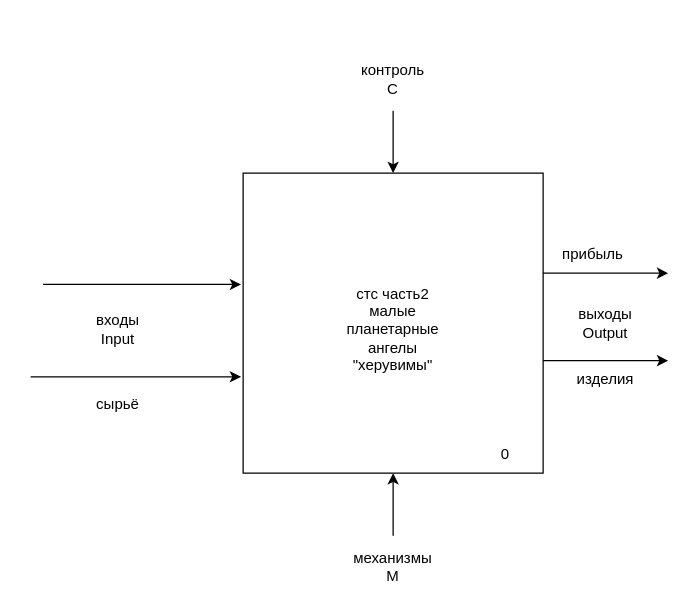
This is page "Страница — 4" (4 of 6) of etol.drawio from emauter/GB_mysql, a draw.io file, before an edit. Source tidied: cells renumbered, new cells numbered last; positions are measured from the earlier drawing's top-left corner, leaving out a move shared by most shapes. Both pictures are drawn from the tidied source at 125%, with x=0, y=0 at pixel (30, 60).
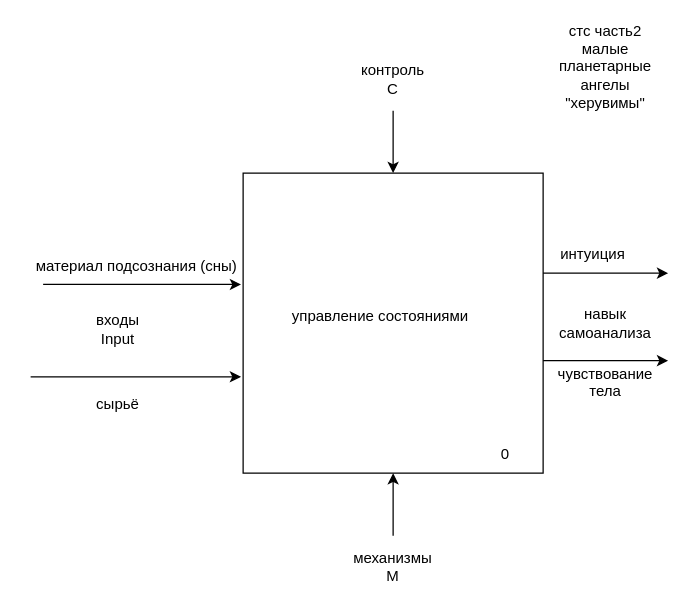
After the change.

Diff of the diagram source:
```diff
@@
-    <mxCell id="9" value="&lt;div&gt;выходы&lt;/div&gt;Output" style="text;html=1;align=center;verticalAlign=middle;whiteSpace=wrap;rounded=0;" parent="1" vertex="1">
+    <mxCell id="9" value="&lt;div&gt;навык самоанализа&lt;/div&gt;" style="text;html=1;align=center;verticalAlign=middle;whiteSpace=wrap;rounded=0;" parent="1" vertex="1">
       <mxGeometry x="430" y="195" width="60" height="30" as="geometry" />
     </mxCell>
@@
     <mxCell id="13" value="стс часть2 малые планетарные ангелы &quot;херувимы&quot;" style="text;html=1;align=center;verticalAlign=middle;whiteSpace=wrap;rounded=0;" parent="1" vertex="1">
-      <mxGeometry x="260" y="200" width="60" height="30" as="geometry" />
+      <mxGeometry x="430" y="-10" width="60" height="30" as="geometry" />
     </mxCell>
-    <mxCell id="14" value="изделия" style="text;html=1;align=center;verticalAlign=middle;whiteSpace=wrap;rounded=0;" parent="1" vertex="1">
-      <mxGeometry x="430" y="240" width="60" height="30" as="geometry" />
+    <mxCell id="14" value="чувствование тела&lt;div&gt;&lt;br&gt;&lt;/div&gt;" style="text;html=1;align=center;verticalAlign=middle;whiteSpace=wrap;rounded=0;" parent="1" vertex="1">
+      <mxGeometry x="430" y="250" width="60" height="30" as="geometry" />
     </mxCell>
@@
-    <mxCell id="16" value="прибыль" style="text;html=1;align=center;verticalAlign=middle;whiteSpace=wrap;rounded=0;" parent="1" vertex="1">
+    <mxCell id="16" value="интуиция" style="text;html=1;align=center;verticalAlign=middle;whiteSpace=wrap;rounded=0;" parent="1" vertex="1">
       <mxGeometry x="420" y="140" width="60" height="30" as="geometry" />
     </mxCell>
@@
+    <mxCell id="18" value="материал подсознания (сны)" style="text;html=1;align=center;verticalAlign=middle;whiteSpace=wrap;rounded=0;" parent="1" vertex="1">
+      <mxGeometry y="150" width="170" height="30" as="geometry" />
+    </mxCell>
+    <mxCell id="19" value="управление состояниями" style="text;html=1;align=center;verticalAlign=middle;whiteSpace=wrap;rounded=0;" parent="1" vertex="1">
+      <mxGeometry x="200" y="190" width="160" height="30" as="geometry" />
+    </mxCell>
```
